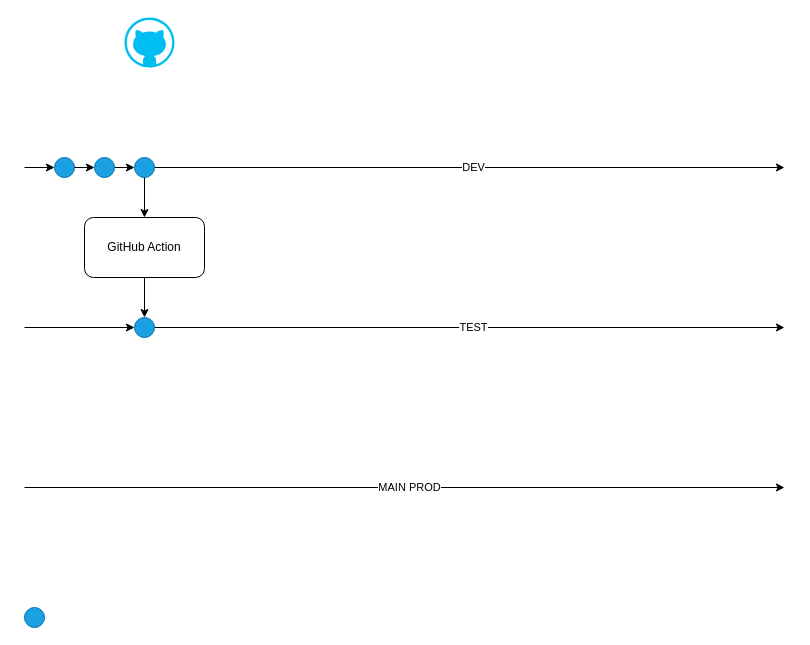
This is WorkflowGitCiCd.drawio from ticoraph/FuturisysPOC, a draw.io file, before an edit. Source tidied: cells renumbered, new cells numbered last; positions are measured from the earlier drawing's top-left corner, leaving out a move shared by most shapes. Both pictures are drawn from the tidied source at 100%, with x=0, y=0 at pixel (24, 17).
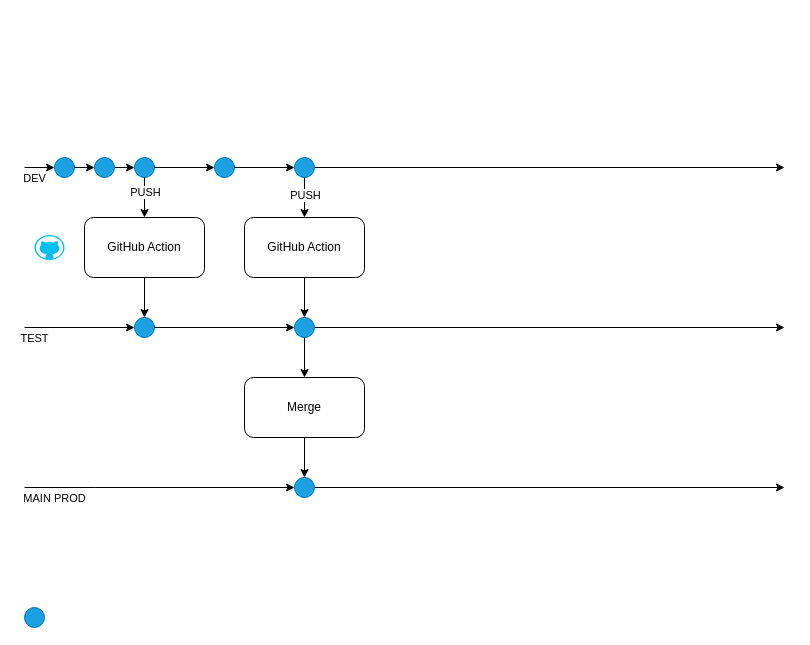
After the change.

Commit message:
Mettre à jour WorkflowGitCiCd.drawio

The change refers to these unchanged cells:
```xml
<mxCell id="10" style="ellipse;whiteSpace=wrap;html=1;fillColor=#1ba1e2;fontColor=#ffffff;strokeColor=#006EAF;" parent="1" vertex="1">
  <mxGeometry x="110" y="140" width="20" height="20" as="geometry" />
</mxCell>
<mxCell id="11" style="endArrow=classic;html=1;rounded=0;entryX=0.5;entryY=0;entryDx=0;entryDy=0;exitX=0.5;exitY=1;exitDx=0;exitDy=0;" parent="1" edge="1" source="10" target="14">
  <mxGeometry relative="1" as="geometry" />
</mxCell>
<mxCell id="13" style="ellipse;whiteSpace=wrap;html=1;fillColor=#1ba1e2;fontColor=#ffffff;strokeColor=#006EAF;" parent="1" vertex="1">
  <mxGeometry x="110" y="300" width="20" height="20" as="geometry" />
</mxCell>
```

Diff of the diagram source:
```diff
@@
     <mxCell id="2" style="verticalLabelPosition=bottom;html=1;verticalAlign=top;align=center;strokeColor=none;fillColor=#00BEF2;shape=mxgraph.azure.github_code;" parent="1" vertex="1">
-      <mxGeometry x="100" width="50" height="50" as="geometry" />
+      <mxGeometry x="10" y="217.5" width="30" height="25" as="geometry" />
     </mxCell>
-    <mxCell id="3" style="endArrow=classic;html=1;rounded=0;" parent="1" edge="1" source="10">
+    <mxCell id="3" style="endArrow=classic;html=1;rounded=0;" parent="1" edge="1" source="31">
       <mxGeometry relative="1" as="geometry">
         <mxPoint x="760" y="150" as="targetPoint" />
       </mxGeometry>
     </mxCell>
     <mxCell id="4" value="DEV" style="edgeLabel;html=1;align=center;verticalAlign=middle;" parent="3" vertex="1">
-      <mxGeometry x="0.01" y="1" relative="1" as="geometry" />
+      <mxGeometry x="0.01" y="1" relative="1" as="geometry">
+        <mxPoint x="-518" y="11" as="offset" />
+      </mxGeometry>
     </mxCell>
-    <mxCell id="5" style="endArrow=classic;html=1;rounded=0;" parent="1" edge="1" source="13">
+    <mxCell id="5" style="endArrow=classic;html=1;rounded=0;" parent="1" edge="1" source="36">
       <mxGeometry relative="1" as="geometry">
         <mxPoint x="760" y="310" as="targetPoint" />
       </mxGeometry>
     </mxCell>
     <mxCell id="6" value="TEST" style="edgeLabel;html=1;align=center;verticalAlign=middle;" parent="5" vertex="1">
-      <mxGeometry x="0.01" y="1" relative="1" as="geometry" />
+      <mxGeometry x="0.01" y="1" relative="1" as="geometry">
+        <mxPoint x="-518" y="11" as="offset" />
+      </mxGeometry>
     </mxCell>
-    <mxCell id="7" style="endArrow=classic;html=1;rounded=0;" parent="1" edge="1">
+    <mxCell id="7" style="endArrow=classic;html=1;rounded=0;" parent="1" edge="1" source="25">
       <mxGeometry relative="1" as="geometry">
-        <mxPoint y="470" as="sourcePoint" />
         <mxPoint x="760" y="470" as="targetPoint" />
       </mxGeometry>
     </mxCell>
     <mxCell id="8" value="MAIN PROD" style="edgeLabel;html=1;align=center;verticalAlign=middle;" parent="7" vertex="1">
-      <mxGeometry x="0.01" y="1" relative="1" as="geometry" />
+      <mxGeometry x="0.01" y="1" relative="1" as="geometry">
+        <mxPoint x="-498" y="11" as="offset" />
+      </mxGeometry>
     </mxCell>
@@
+    <mxCell id="21" value="PUSH" style="edgeLabel;html=1;align=center;verticalAlign=middle;" parent="11" vertex="1">
+      <mxGeometry x="-0.3" y="1" relative="1" as="geometry">
+        <mxPoint x="-1" as="offset" />
+      </mxGeometry>
+    </mxCell>
@@
+    <mxCell id="22" value="Merge" style="rounded=1;whiteSpace=wrap;html=1;" parent="1" vertex="1">
+      <mxGeometry x="220" y="360" width="120" height="60" as="geometry" />
+    </mxCell>
+    <mxCell id="23" style="endArrow=classic;html=1;rounded=0;exitX=0.5;exitY=1;exitDx=0;exitDy=0;entryX=0.5;entryY=0;entryDx=0;entryDy=0;" parent="1" edge="1" source="22" target="25">
+      <mxGeometry relative="1" as="geometry" />
+    </mxCell>
+    <mxCell id="24" style="endArrow=classic;html=1;rounded=0;" parent="1" edge="1" target="25">
+      <mxGeometry relative="1" as="geometry">
+        <mxPoint y="470" as="sourcePoint" />
+        <Array as="points">
+          <mxPoint x="70" y="470" />
+        </Array>
+      </mxGeometry>
+    </mxCell>
+    <mxCell id="25" style="ellipse;whiteSpace=wrap;html=1;fillColor=#1ba1e2;fontColor=#ffffff;strokeColor=#006EAF;" parent="1" vertex="1">
+      <mxGeometry x="270" y="460" width="20" height="20" as="geometry" />
+    </mxCell>
+    <mxCell id="26" style="endArrow=classic;html=1;rounded=0;" parent="1" edge="1" source="10" target="27">
+      <mxGeometry relative="1" as="geometry" />
+    </mxCell>
+    <mxCell id="27" style="ellipse;whiteSpace=wrap;html=1;fillColor=#1ba1e2;fontColor=#ffffff;strokeColor=#006EAF;" parent="1" vertex="1">
+      <mxGeometry x="190" y="140" width="20" height="20" as="geometry" />
+    </mxCell>
+    <mxCell id="28" style="endArrow=classic;html=1;rounded=0;" parent="1" edge="1" source="27" target="31">
+      <mxGeometry relative="1" as="geometry" />
+    </mxCell>
+    <mxCell id="29" style="edgeStyle=orthogonalEdgeStyle;rounded=0;jettySize=auto;html=1;" parent="1" edge="1" source="31" target="33">
+      <mxGeometry relative="1" as="geometry" />
+    </mxCell>
+    <mxCell id="30" value="PUSH" style="edgeLabel;html=1;align=center;verticalAlign=middle;" parent="29" vertex="1">
+      <mxGeometry x="-0.15" y="5" relative="1" as="geometry">
+        <mxPoint x="-5" as="offset" />
+      </mxGeometry>
+    </mxCell>
+    <mxCell id="31" style="ellipse;whiteSpace=wrap;html=1;fillColor=#1ba1e2;fontColor=#ffffff;strokeColor=#006EAF;" parent="1" vertex="1">
+      <mxGeometry x="270" y="140" width="20" height="20" as="geometry" />
+    </mxCell>
+    <mxCell id="32" style="edgeStyle=orthogonalEdgeStyle;rounded=0;jettySize=auto;html=1;entryX=0.5;entryY=0;entryDx=0;entryDy=0;" parent="1" edge="1" source="33" target="36">
+      <mxGeometry relative="1" as="geometry" />
+    </mxCell>
+    <mxCell id="33" value="GitHub Action" style="rounded=1;whiteSpace=wrap;html=1;" parent="1" vertex="1">
+      <mxGeometry x="220" y="200" width="120" height="60" as="geometry" />
+    </mxCell>
+    <mxCell id="34" style="endArrow=classic;html=1;rounded=0;" parent="1" edge="1" source="13" target="36">
+      <mxGeometry relative="1" as="geometry" />
+    </mxCell>
+    <mxCell id="35" style="edgeStyle=orthogonalEdgeStyle;rounded=0;jettySize=auto;html=1;" parent="1" edge="1" source="36" target="22">
+      <mxGeometry relative="1" as="geometry" />
+    </mxCell>
+    <mxCell id="36" style="ellipse;whiteSpace=wrap;html=1;fillColor=#1ba1e2;fontColor=#ffffff;strokeColor=#006EAF;" parent="1" vertex="1">
+      <mxGeometry x="270" y="300" width="20" height="20" as="geometry" />
+    </mxCell>
```
